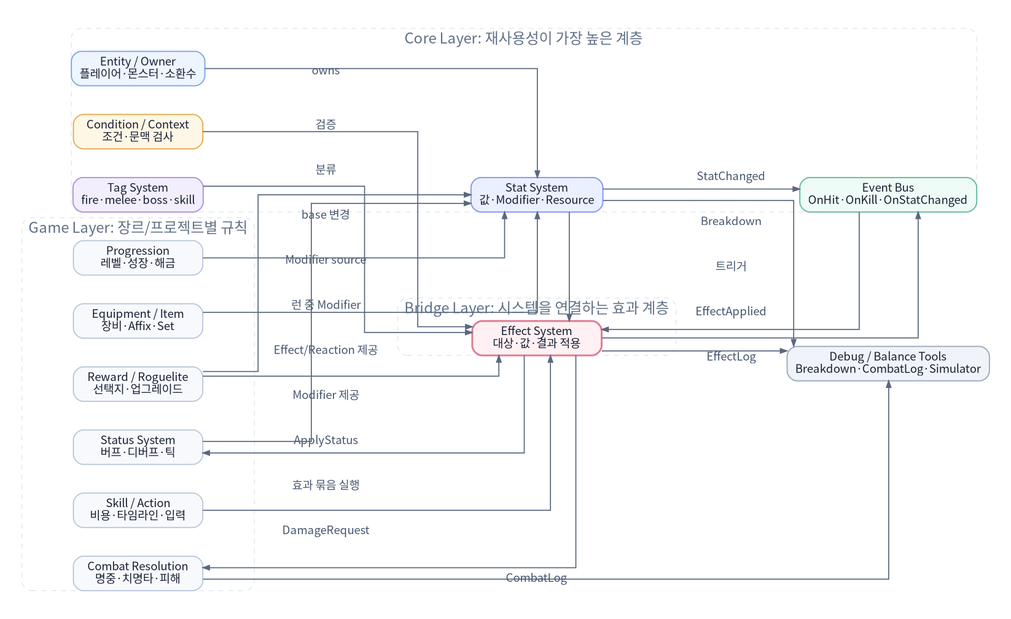
Earlier version of the Graphviz export assets/diagrams/08_stat_effect_system_map.png (JY-LemongO/game-system-framework-knowledge-site). Its source is kept beside it as source/diagrams/08_stat_effect_system_map.dot. Source of this version:
```dot
digraph G {

  graph [fontname="Noto Sans CJK KR", bgcolor="#ffffff", margin=0.12, pad=0.25, ranksep=0.65, nodesep=0.48];
  node [fontname="Noto Sans CJK KR", shape=box, style="rounded,filled", color="#bac7db", penwidth=1.4, fillcolor="#ffffff", fontcolor="#182033", margin="0.14,0.09"];
  edge [fontname="Noto Sans CJK KR", color="#59687e", fontcolor="#46566e", arrowsize=0.8, penwidth=1.3];

  rankdir=LR;
  splines=ortho;
  node [shape=box, style="rounded,filled", width=2.2, height=0.55];
  subgraph cluster_core {
    label="Core Layer: 재사용성이 가장 높은 계층"; color="#dfe5ee"; style="rounded,dashed"; fontname="Noto Sans CJK KR"; fontsize=18; fontcolor="#607086";
    Entity [label="Entity / Owner
플레이어·몬스터·소환수", fillcolor="#edf5ff", color="#7aa7df"];
    Stat [label="Stat System
값·Modifier·Resource", fillcolor="#eaf0ff", color="#8292f7"];
    Event [label="Event Bus
OnHit·OnKill·OnStatChanged", fillcolor="#eefbf6", color="#61b99a"];
    Condition [label="Condition / Context
조건·문맥 검사", fillcolor="#fff7e6", color="#e0ad4e"];
    Tag [label="Tag System
fire·melee·boss·skill", fillcolor="#f3eefc", color="#ab8fe0"];
  }
  subgraph cluster_bridge {
    label="Bridge Layer: 시스템을 연결하는 효과 계층"; color="#dfe5ee"; style="rounded,dashed"; fontname="Noto Sans CJK KR"; fontsize=18; fontcolor="#607086";
    Effect [label="Effect System
대상·값·결과 적용", fillcolor="#fff0f3", color="#e07b91", penwidth=2.2];
  }
  subgraph cluster_game {
    label="Game Layer: 장르/프로젝트별 규칙"; color="#dfe5ee"; style="rounded,dashed"; fontname="Noto Sans CJK KR"; fontsize=18; fontcolor="#607086";
    Skill [label="Skill / Action
비용·타임라인·입력", fillcolor="#f7f9fc"];
    Combat [label="Combat Resolution
명중·치명타·피해", fillcolor="#f7f9fc"];
    Status [label="Status System
버프·디버프·틱", fillcolor="#f7f9fc"];
    Equipment [label="Equipment / Item
장비·Affix·Set", fillcolor="#f7f9fc"];
    Progression [label="Progression
레벨·성장·해금", fillcolor="#f7f9fc"];
    Reward [label="Reward / Roguelite
선택지·업그레이드", fillcolor="#f7f9fc"];
  }
  Debug [label="Debug / Balance Tools
Breakdown·CombatLog·Simulator", fillcolor="#f0f3f9", color="#99a8bd"];

  Entity -> Stat [label="owns"];
  Stat -> Effect [label="값 조회"];
  Event -> Effect [label="트리거"];
  Condition -> Effect [label="검증"];
  Tag -> Effect [label="분류"];
  Skill -> Effect [label="효과 묶음 실행"];
  Effect -> Combat [label="DamageRequest"];
  Effect -> Status [label="ApplyStatus"];
  Status -> Stat [label="Modifier 제공"];
  Equipment -> Stat [label="Modifier source"];
  Progression -> Stat [label="base 변경"];
  Reward -> Effect [label="Effect/Reaction 제공"];
  Reward -> Stat [label="런 중 Modifier"];
  Effect -> Event [label="EffectApplied"];
  Stat -> Event [label="StatChanged"];
  Stat -> Debug [label="Breakdown"];
  Effect -> Debug [label="EffectLog"];
  Combat -> Debug [label="CombatLog"];
}
```
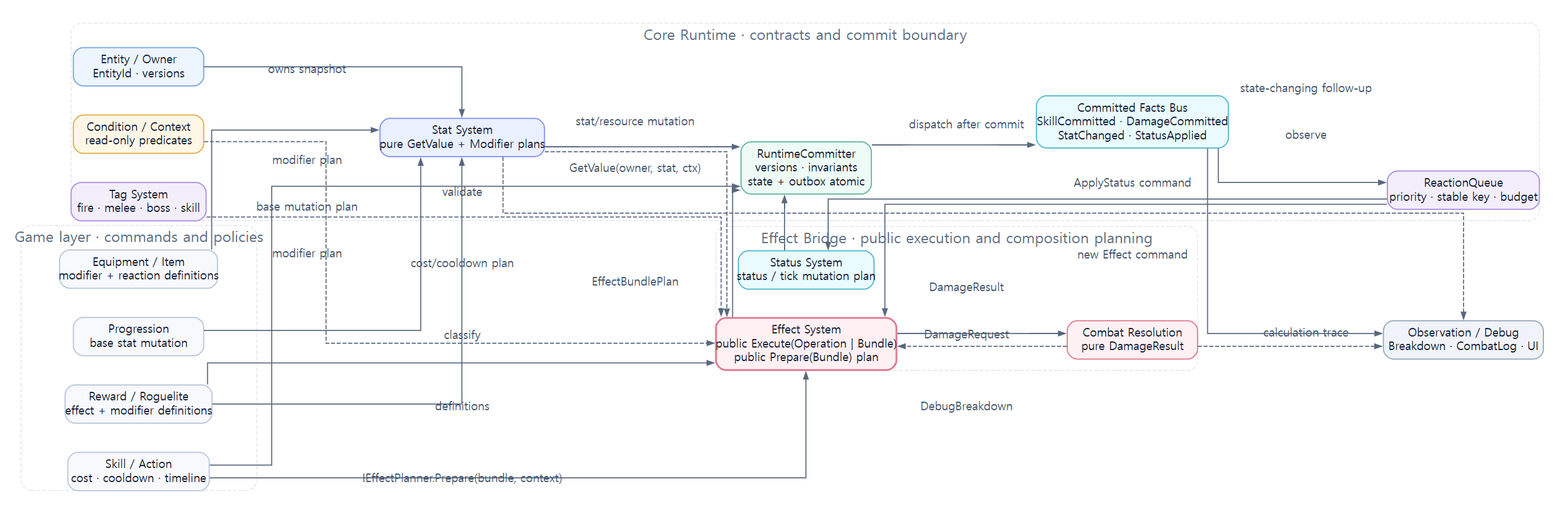
The same file after the commit.

Diff of the diagram source:
```diff
@@ -1,64 +1,56 @@
 digraph G {
-
   graph [fontname="Noto Sans CJK KR", bgcolor="#ffffff", margin=0.12, pad=0.25, ranksep=0.65, nodesep=0.48];
   node [fontname="Noto Sans CJK KR", shape=box, style="rounded,filled", color="#bac7db", penwidth=1.4, fillcolor="#ffffff", fontcolor="#182033", margin="0.14,0.09"];
   edge [fontname="Noto Sans CJK KR", color="#59687e", fontcolor="#46566e", arrowsize=0.8, penwidth=1.3];
-
   rankdir=LR;
   splines=ortho;
   node [shape=box, style="rounded,filled", width=2.2, height=0.55];
+
   subgraph cluster_core {
-    label="Core Layer: 재사용성이 가장 높은 계층"; color="#dfe5ee"; style="rounded,dashed"; fontname="Noto Sans CJK KR"; fontsize=18; fontcolor="#607086";
-    Entity [label="Entity / Owner
-플레이어·몬스터·소환수", fillcolor="#edf5ff", color="#7aa7df"];
-    Stat [label="Stat System
-값·Modifier·Resource", fillcolor="#eaf0ff", color="#8292f7"];
-    Event [label="Event Bus
-OnHit·OnKill·OnStatChanged", fillcolor="#eefbf6", color="#61b99a"];
-    Condition [label="Condition / Context
-조건·문맥 검사", fillcolor="#fff7e6", color="#e0ad4e"];
-    Tag [label="Tag System
-fire·melee·boss·skill", fillcolor="#f3eefc", color="#ab8fe0"];
+    label="Core Runtime · contracts and commit boundary"; color="#dfe5ee"; style="rounded,dashed"; fontsize=18; fontcolor="#607086";
+    Entity [label="Entity / Owner\nEntityId · versions", fillcolor="#edf5ff", color="#7aa7df"];
+    Stat [label="Stat System\npure GetValue + Modifier plans", fillcolor="#eaf0ff", color="#8292f7"];
+    Condition [label="Condition / Context\nread-only predicates", fillcolor="#fff7e6", color="#e0ad4e"];
+    Tag [label="Tag System\nfire · melee · boss · skill", fillcolor="#f3eefc", color="#ab8fe0"];
+    Commit [label="RuntimeCommitter\nversions · invariants\nstate + outbox atomic", fillcolor="#eefbf6", color="#61b99a"];
+    Event [label="Committed Facts Bus\nSkillCommitted · DamageCommitted\nStatChanged · StatusApplied", fillcolor="#e9fbff", color="#54b7cf"];
+    Reaction [label="ReactionQueue\npriority · stable key · budget", fillcolor="#f3eefc", color="#ab8fe0"];
   }
   subgraph cluster_bridge {
-    label="Bridge Layer: 시스템을 연결하는 효과 계층"; color="#dfe5ee"; style="rounded,dashed"; fontname="Noto Sans CJK KR"; fontsize=18; fontcolor="#607086";
-    Effect [label="Effect System
-대상·값·결과 적용", fillcolor="#fff0f3", color="#e07b91", penwidth=2.2];
+    label="Effect Bridge · public execution and composition planning"; color="#dfe5ee"; style="rounded,dashed"; fontsize=18; fontcolor="#607086";
+    Effect [label="Effect System\npublic Execute(Operation | Bundle)\npublic Prepare(Bundle) plan", fillcolor="#fff0f3", color="#e07b91", penwidth=2.2];
+    Combat [label="Combat Resolution\npure DamageResult", fillcolor="#fff0f3", color="#e07b91"];
+    Status [label="Status System\nstatus / tick mutation plan", fillcolor="#e9fbff", color="#54b7cf"];
   }
   subgraph cluster_game {
-    label="Game Layer: 장르/프로젝트별 규칙"; color="#dfe5ee"; style="rounded,dashed"; fontname="Noto Sans CJK KR"; fontsize=18; fontcolor="#607086";
-    Skill [label="Skill / Action
-비용·타임라인·입력", fillcolor="#f7f9fc"];
-    Combat [label="Combat Resolution
-명중·치명타·피해", fillcolor="#f7f9fc"];
-    Status [label="Status System
-버프·디버프·틱", fillcolor="#f7f9fc"];
-    Equipment [label="Equipment / Item
-장비·Affix·Set", fillcolor="#f7f9fc"];
-    Progression [label="Progression
-레벨·성장·해금", fillcolor="#f7f9fc"];
-    Reward [label="Reward / Roguelite
-선택지·업그레이드", fillcolor="#f7f9fc"];
+    label="Game layer · commands and policies"; color="#dfe5ee"; style="rounded,dashed"; fontsize=18; fontcolor="#607086";
+    Skill [label="Skill / Action\ncost · cooldown · timeline", fillcolor="#f7f9fc"];
+    Equipment [label="Equipment / Item\nmodifier + reaction definitions", fillcolor="#f7f9fc"];
+    Progression [label="Progression\nbase stat mutation", fillcolor="#f7f9fc"];
+    Reward [label="Reward / Roguelite\neffect + modifier definitions", fillcolor="#f7f9fc"];
   }
-  Debug [label="Debug / Balance Tools
-Breakdown·CombatLog·Simulator", fillcolor="#f0f3f9", color="#99a8bd"];
+  Debug [label="Observation / Debug\nBreakdown · CombatLog · UI", fillcolor="#f0f3f9", color="#99a8bd"];
 
-  Entity -> Stat [label="owns"];
-  Stat -> Effect [label="값 조회"];
-  Event -> Effect [label="트리거"];
-  Condition -> Effect [label="검증"];
-  Tag -> Effect [label="분류"];
-  Skill -> Effect [label="효과 묶음 실행"];
+  Entity -> Stat [label="owns snapshot"];
+  Stat -> Effect [label="GetValue(owner, stat, ctx)", style=dashed];
+  Condition -> Effect [label="validate", style=dashed];
+  Tag -> Effect [label="classify", style=dashed];
+  Skill -> Effect [label="IEffectPlanner.Prepare(bundle, context)"];
   Effect -> Combat [label="DamageRequest"];
-  Effect -> Status [label="ApplyStatus"];
-  Status -> Stat [label="Modifier 제공"];
-  Equipment -> Stat [label="Modifier source"];
-  Progression -> Stat [label="base 변경"];
-  Reward -> Effect [label="Effect/Reaction 제공"];
-  Reward -> Stat [label="런 중 Modifier"];
-  Effect -> Event [label="EffectApplied"];
-  Stat -> Event [label="StatChanged"];
-  Stat -> Debug [label="Breakdown"];
-  Effect -> Debug [label="EffectLog"];
-  Combat -> Debug [label="CombatLog"];
+  Combat -> Effect [label="DamageResult", style=dashed];
+  Skill -> Commit [label="cost/cooldown plan"];
+  Effect -> Commit [label="EffectBundlePlan"];
+  Status -> Commit [label="status/tick plan"];
+  Equipment -> Stat [label="modifier plan"];
+  Progression -> Stat [label="base mutation plan"];
+  Reward -> Effect [label="definitions"];
+  Reward -> Stat [label="modifier plan"];
+  Stat -> Commit [label="stat/resource mutation"];
+  Commit -> Event [label="dispatch after commit"];
+  Event -> Reaction [label="state-changing follow-up"];
+  Reaction -> Effect [label="new Effect command"];
+  Reaction -> Status [label="ApplyStatus command"];
+  Event -> Debug [label="observe"];
+  Stat -> Debug [label="DebugBreakdown", style=dashed];
+  Combat -> Debug [label="calculation trace", style=dashed];
 }
```
